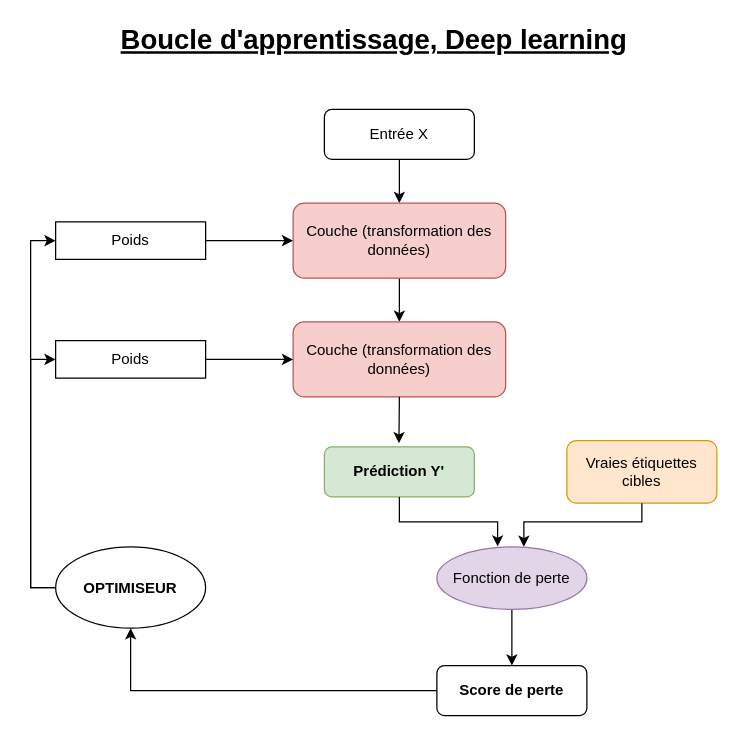
The draw.io diagram Chapter1/Boucle_apprentissage.drawio in AY2018/Deep-learning, before the edit. Source tidied: cells renumbered, new cells numbered last; positions are measured from the earlier drawing's top-left corner, leaving out a move shared by most shapes. Both pictures are drawn from the tidied source at 125%, with x=0, y=0 at pixel (55, 21).
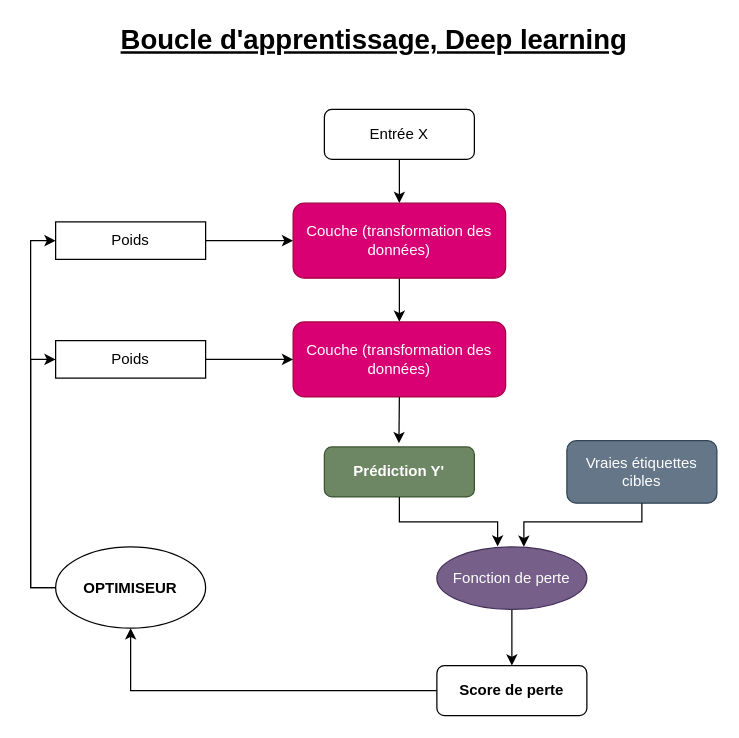
The same diagram, later.

The edit, as a diff of the source:
```diff
@@
-    <mxCell id="4" value="Vraies étiquettes cibles" style="rounded=1;whiteSpace=wrap;html=1;fontSize=12;glass=0;strokeWidth=1;shadow=0;fillColor=#ffe6cc;strokeColor=#d79b00;" parent="1" vertex="1">
+    <mxCell id="4" value="Vraies étiquettes cibles" style="rounded=1;whiteSpace=wrap;html=1;fontSize=12;glass=0;strokeWidth=1;shadow=0;fillColor=#647687;strokeColor=#314354;fontColor=#ffffff;" parent="1" vertex="1">
       <mxGeometry x="409" y="335" width="120" height="50" as="geometry" />
     </mxCell>
@@
-    <mxCell id="8" value="Couche (transformation des données)" style="rounded=1;whiteSpace=wrap;html=1;fillColor=#f8cecc;strokeColor=#b85450;" parent="1" vertex="1">
+    <mxCell id="8" value="Couche (transformation des données)" style="rounded=1;whiteSpace=wrap;html=1;fillColor=#d80073;strokeColor=#A50040;fontColor=#ffffff;" parent="1" vertex="1">
       <mxGeometry x="190" y="145" width="170" height="60" as="geometry" />
     </mxCell>
-    <mxCell id="9" value="Couche (transformation des données)" style="rounded=1;whiteSpace=wrap;html=1;fillColor=#f8cecc;strokeColor=#b85450;" parent="1" vertex="1">
+    <mxCell id="9" value="Couche (transformation des données)" style="rounded=1;whiteSpace=wrap;html=1;fillColor=#d80073;strokeColor=#A50040;fontColor=#ffffff;" parent="1" vertex="1">
       <mxGeometry x="190" y="240" width="170" height="60" as="geometry" />
     </mxCell>
-    <mxCell id="10" value="&lt;b&gt;Prédiction Y'&lt;/b&gt;" style="rounded=1;whiteSpace=wrap;html=1;fontSize=12;glass=0;strokeWidth=1;shadow=0;fillColor=#d5e8d4;strokeColor=#82b366;" parent="1" vertex="1">
+    <mxCell id="10" value="&lt;b&gt;Prédiction Y'&lt;/b&gt;" style="rounded=1;whiteSpace=wrap;html=1;fontSize=12;glass=0;strokeWidth=1;shadow=0;fillColor=#6d8764;strokeColor=#3A5431;fontColor=#ffffff;" parent="1" vertex="1">
       <mxGeometry x="215" y="340" width="120" height="40" as="geometry" />
     </mxCell>
@@
-    <mxCell id="12" value="Fonction de perte" style="ellipse;whiteSpace=wrap;html=1;fillColor=#e1d5e7;strokeColor=#9673a6;" parent="1" vertex="1">
+    <mxCell id="12" value="Fonction de perte" style="ellipse;whiteSpace=wrap;html=1;fillColor=#76608a;strokeColor=#432D57;fontColor=#ffffff;" parent="1" vertex="1">
       <mxGeometry x="305" y="420" width="120" height="50" as="geometry" />
     </mxCell>
```
